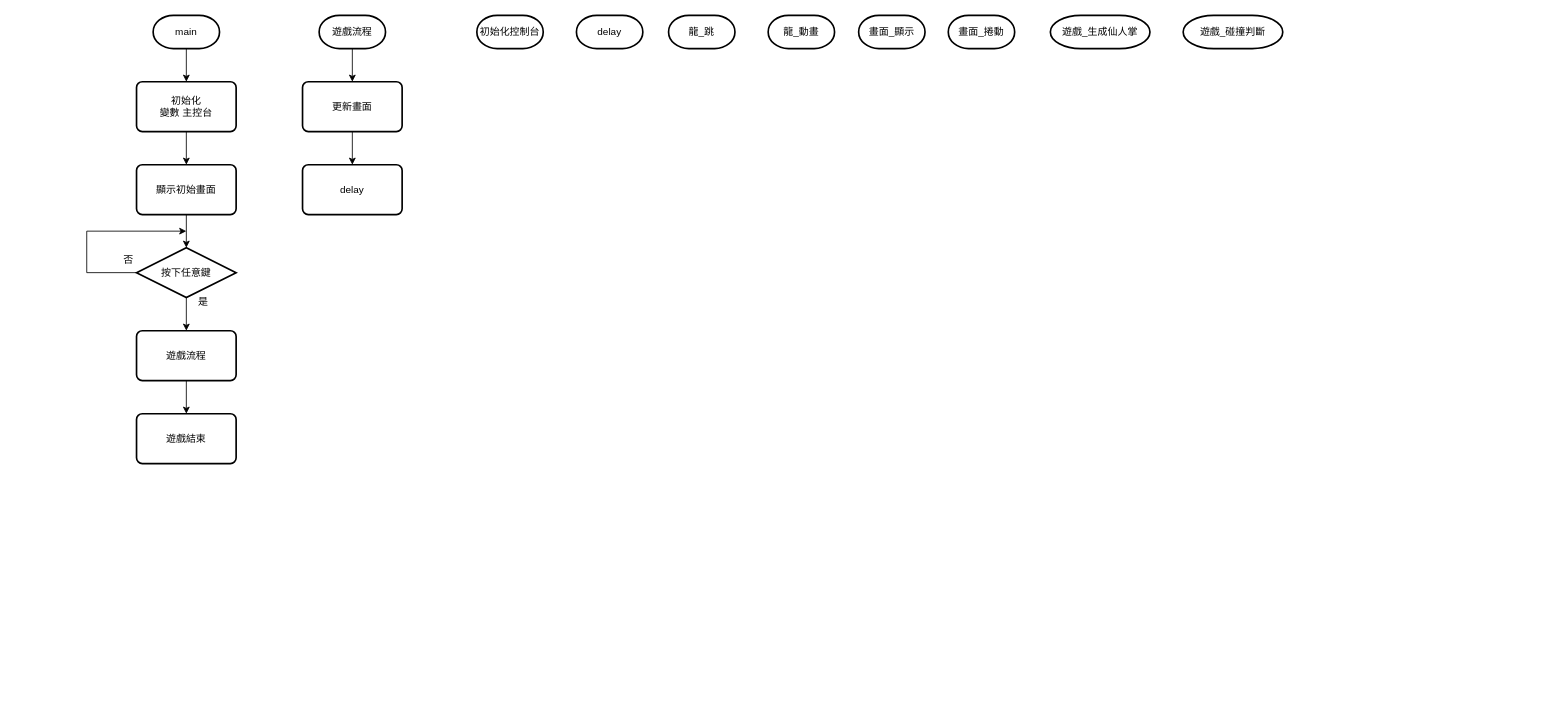
The draw.io diagram 圖/main.drawio in xxaunn/CCProjcet, before the edit. Source tidied: cells renumbered, new cells numbered last; positions are measured from the earlier drawing's top-left corner, leaving out a move shared by most shapes. Both pictures are drawn from the tidied source at 83%, with x=0, y=0 at pixel (86, 15).
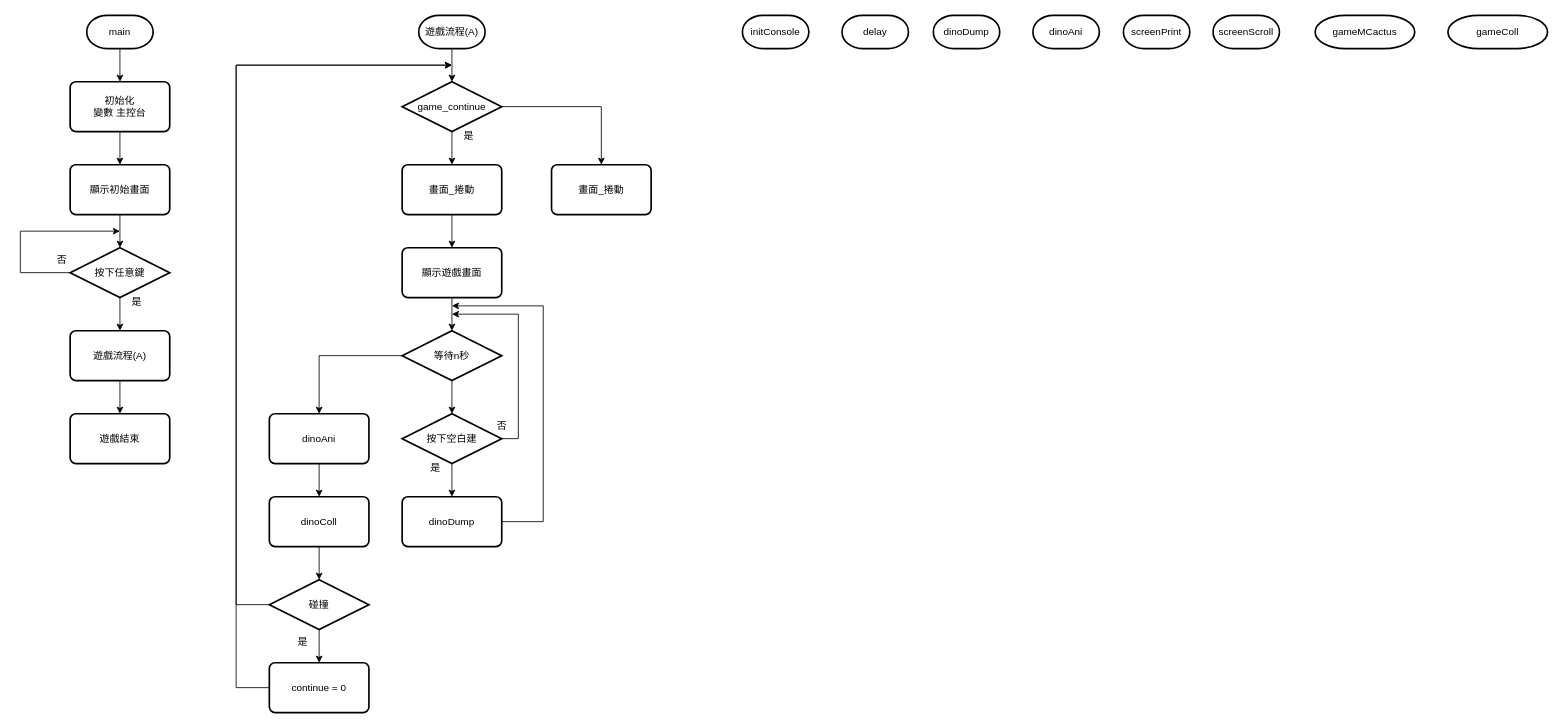
Above is the later version.

Change to the diagram source:
```diff
@@
     <mxCell id="3" value="main" style="strokeWidth=2;html=1;shape=mxgraph.flowchart.terminator;whiteSpace=wrap;" parent="1" vertex="1">
-      <mxGeometry x="80" width="80" height="40" as="geometry" />
+      <mxGeometry width="80" height="40" as="geometry" />
     </mxCell>
     <mxCell id="4" style="edgeStyle=orthogonalEdgeStyle;rounded=0;jettySize=auto;html=1;exitX=0;exitY=0.5;exitDx=0;exitDy=0;exitPerimeter=0;" parent="1" edge="1" source="6">
       <mxGeometry relative="1" as="geometry">
-        <mxPoint x="120" y="260" as="targetPoint" />
+        <mxPoint x="40" y="260" as="targetPoint" />
         <Array as="points">
-          <mxPoint y="310" />
-          <mxPoint y="260" />
+          <mxPoint x="-80" y="310" />
+          <mxPoint x="-80" y="260" />
         </Array>
       </mxGeometry>
     </mxCell>
@@
     <mxCell id="6" value="按下任意鍵" style="strokeWidth=2;html=1;shape=mxgraph.flowchart.decision;whiteSpace=wrap;" parent="1" vertex="1">
-      <mxGeometry x="60" y="280" width="120" height="60" as="geometry" />
+      <mxGeometry x="-20" y="280" width="120" height="60" as="geometry" />
     </mxCell>
@@
     <mxCell id="8" value="初始化&lt;br&gt;變數 主控台" style="rounded=1;whiteSpace=wrap;html=1;absoluteArcSize=1;arcSize=14;strokeWidth=2;" parent="1" vertex="1">
-      <mxGeometry x="60" y="80" width="120" height="60" as="geometry" />
+      <mxGeometry x="-20" y="80" width="120" height="60" as="geometry" />
     </mxCell>
@@
     <mxCell id="10" value="顯示初始畫面" style="rounded=1;whiteSpace=wrap;html=1;absoluteArcSize=1;arcSize=14;strokeWidth=2;" parent="1" vertex="1">
-      <mxGeometry x="60" y="180" width="120" height="60" as="geometry" />
+      <mxGeometry x="-20" y="180" width="120" height="60" as="geometry" />
     </mxCell>
     <mxCell id="11" value="否" style="text;html=1;align=center;verticalAlign=middle;strokeColor=none;fillColor=none;" parent="1" vertex="1">
-      <mxGeometry x="30" y="280" width="40" height="30" as="geometry" />
+      <mxGeometry x="-50" y="280" width="40" height="30" as="geometry" />
     </mxCell>
     <mxCell id="12" value="是" style="text;html=1;align=center;verticalAlign=middle;strokeColor=none;fillColor=none;" parent="1" vertex="1">
-      <mxGeometry x="120" y="330" width="40" height="30" as="geometry" />
+      <mxGeometry x="40" y="330" width="40" height="30" as="geometry" />
     </mxCell>
@@
-    <mxCell id="14" value="遊戲流程" style="rounded=1;whiteSpace=wrap;html=1;absoluteArcSize=1;arcSize=14;strokeWidth=2;" parent="1" vertex="1">
-      <mxGeometry x="60" y="380" width="120" height="60" as="geometry" />
+    <mxCell id="14" value="遊戲流程(A)" style="rounded=1;whiteSpace=wrap;html=1;absoluteArcSize=1;arcSize=14;strokeWidth=2;" parent="1" vertex="1">
+      <mxGeometry x="-20" y="380" width="120" height="60" as="geometry" />
     </mxCell>
     <mxCell id="15" value="遊戲結束" style="rounded=1;whiteSpace=wrap;html=1;absoluteArcSize=1;arcSize=14;strokeWidth=2;" parent="1" vertex="1">
-      <mxGeometry x="60" y="480" width="120" height="60" as="geometry" />
+      <mxGeometry x="-20" y="480" width="120" height="60" as="geometry" />
     </mxCell>
-    <mxCell id="16" style="edgeStyle=orthogonalEdgeStyle;rounded=0;jettySize=auto;html=1;" parent="1" edge="1" source="17" target="19">
-      <mxGeometry relative="1" as="geometry" />
-    </mxCell>
+    <mxCell id="29" style="edgeStyle=orthogonalEdgeStyle;rounded=0;jettySize=auto;html=1;" parent="1" edge="1" source="17" target="36">
+      <mxGeometry relative="1" as="geometry" />
+    </mxCell>
-    <mxCell id="17" value="遊戲流程" style="strokeWidth=2;html=1;shape=mxgraph.flowchart.terminator;whiteSpace=wrap;" parent="1" vertex="1">
-      <mxGeometry x="280" width="80" height="40" as="geometry" />
+    <mxCell id="17" value="遊戲流程(A)" style="strokeWidth=2;html=1;shape=mxgraph.flowchart.terminator;whiteSpace=wrap;" parent="1" vertex="1">
+      <mxGeometry x="400" width="80" height="40" as="geometry" />
     </mxCell>
-    <mxCell id="18" style="edgeStyle=orthogonalEdgeStyle;rounded=0;jettySize=auto;html=1;" parent="1" edge="1" source="19" target="20">
-      <mxGeometry relative="1" as="geometry" />
-    </mxCell>
-    <mxCell id="19" value="更新畫面" style="rounded=1;whiteSpace=wrap;html=1;absoluteArcSize=1;arcSize=14;strokeWidth=2;" parent="1" vertex="1">
-      <mxGeometry x="260" y="80" width="120" height="60" as="geometry" />
-    </mxCell>
-    <mxCell id="20" value="delay" style="rounded=1;whiteSpace=wrap;html=1;absoluteArcSize=1;arcSize=14;strokeWidth=2;" parent="1" vertex="1">
-      <mxGeometry x="260" y="180" width="120" height="60" as="geometry" />
-    </mxCell>
-    <mxCell id="21" value="龍_動畫" style="strokeWidth=2;html=1;shape=mxgraph.flowchart.terminator;whiteSpace=wrap;" parent="1" vertex="1">
-      <mxGeometry x="821" width="80" height="40" as="geometry" />
+    <mxCell id="21" value="dinoAni" style="strokeWidth=2;html=1;shape=mxgraph.flowchart.terminator;whiteSpace=wrap;" parent="1" vertex="1">
+      <mxGeometry x="1140" width="80" height="40" as="geometry" />
     </mxCell>
-    <mxCell id="22" value="畫面_捲動" style="strokeWidth=2;html=1;shape=mxgraph.flowchart.terminator;whiteSpace=wrap;" parent="1" vertex="1">
-      <mxGeometry x="1038" width="80" height="40" as="geometry" />
+    <mxCell id="22" value="screenScroll" style="strokeWidth=2;html=1;shape=mxgraph.flowchart.terminator;whiteSpace=wrap;" parent="1" vertex="1">
+      <mxGeometry x="1357" width="80" height="40" as="geometry" />
     </mxCell>
-    <mxCell id="23" value="遊戲_生成仙人掌" style="strokeWidth=2;html=1;shape=mxgraph.flowchart.terminator;whiteSpace=wrap;" parent="1" vertex="1">
-      <mxGeometry x="1161" width="120" height="40" as="geometry" />
+    <mxCell id="23" value="gameMCactus" style="strokeWidth=2;html=1;shape=mxgraph.flowchart.terminator;whiteSpace=wrap;" parent="1" vertex="1">
+      <mxGeometry x="1480" width="120" height="40" as="geometry" />
     </mxCell>
-    <mxCell id="24" value="遊戲_碰撞判斷" style="strokeWidth=2;html=1;shape=mxgraph.flowchart.terminator;whiteSpace=wrap;" parent="1" vertex="1">
-      <mxGeometry x="1321" width="120" height="40" as="geometry" />
+    <mxCell id="24" value="gameColl" style="strokeWidth=2;html=1;shape=mxgraph.flowchart.terminator;whiteSpace=wrap;" parent="1" vertex="1">
+      <mxGeometry x="1640" width="120" height="40" as="geometry" />
     </mxCell>
-    <mxCell id="25" value="龍_跳" style="strokeWidth=2;html=1;shape=mxgraph.flowchart.terminator;whiteSpace=wrap;" parent="1" vertex="1">
-      <mxGeometry x="701" width="80" height="40" as="geometry" />
+    <mxCell id="25" value="dinoDump" style="strokeWidth=2;html=1;shape=mxgraph.flowchart.terminator;whiteSpace=wrap;" parent="1" vertex="1">
+      <mxGeometry x="1020" width="80" height="40" as="geometry" />
     </mxCell>
-    <mxCell id="26" value="初始化控制台" style="strokeWidth=2;html=1;shape=mxgraph.flowchart.terminator;whiteSpace=wrap;" parent="1" vertex="1">
-      <mxGeometry x="470" width="80" height="40" as="geometry" />
+    <mxCell id="26" value="initConsole" style="strokeWidth=2;html=1;shape=mxgraph.flowchart.terminator;whiteSpace=wrap;" parent="1" vertex="1">
+      <mxGeometry x="790" width="80" height="40" as="geometry" />
     </mxCell>
-    <mxCell id="27" value="畫面_顯示" style="strokeWidth=2;html=1;shape=mxgraph.flowchart.terminator;whiteSpace=wrap;" parent="1" vertex="1">
-      <mxGeometry x="930" width="80" height="40" as="geometry" />
+    <mxCell id="27" value="screenPrint" style="strokeWidth=2;html=1;shape=mxgraph.flowchart.terminator;whiteSpace=wrap;" parent="1" vertex="1">
+      <mxGeometry x="1249" width="80" height="40" as="geometry" />
     </mxCell>
     <mxCell id="28" value="delay" style="strokeWidth=2;html=1;shape=mxgraph.flowchart.terminator;whiteSpace=wrap;" parent="1" vertex="1">
-      <mxGeometry x="590" width="80" height="40" as="geometry" />
+      <mxGeometry x="910" width="80" height="40" as="geometry" />
     </mxCell>
+    <mxCell id="30" style="edgeStyle=orthogonalEdgeStyle;rounded=0;jettySize=auto;html=1;entryX=0.5;entryY=0;entryDx=0;entryDy=0;" parent="1" edge="1" source="31" target="33">
+      <mxGeometry relative="1" as="geometry" />
+    </mxCell>
+    <mxCell id="31" value="畫面_捲動" style="rounded=1;whiteSpace=wrap;html=1;absoluteArcSize=1;arcSize=14;strokeWidth=2;" parent="1" vertex="1">
+      <mxGeometry x="380" y="180" width="120" height="60" as="geometry" />
+    </mxCell>
+    <mxCell id="32" style="edgeStyle=orthogonalEdgeStyle;rounded=0;jettySize=auto;html=1;" parent="1" edge="1" source="33" target="40">
+      <mxGeometry relative="1" as="geometry" />
+    </mxCell>
+    <mxCell id="33" value="顯示遊戲畫面" style="rounded=1;whiteSpace=wrap;html=1;absoluteArcSize=1;arcSize=14;strokeWidth=2;" parent="1" vertex="1">
+      <mxGeometry x="380" y="280" width="120" height="60" as="geometry" />
+    </mxCell>
+    <mxCell id="34" style="edgeStyle=orthogonalEdgeStyle;rounded=0;jettySize=auto;html=1;entryX=0.5;entryY=0;entryDx=0;entryDy=0;" parent="1" edge="1" source="36" target="31">
+      <mxGeometry relative="1" as="geometry" />
+    </mxCell>
+    <mxCell id="35" style="edgeStyle=orthogonalEdgeStyle;rounded=0;jettySize=auto;html=1;entryX=0.5;entryY=0;entryDx=0;entryDy=0;" parent="1" edge="1" source="36" target="58">
+      <mxGeometry relative="1" as="geometry" />
+    </mxCell>
+    <mxCell id="36" value="game_continue" style="strokeWidth=2;html=1;shape=mxgraph.flowchart.decision;whiteSpace=wrap;" parent="1" vertex="1">
+      <mxGeometry x="380" y="80" width="120" height="60" as="geometry" />
+    </mxCell>
+    <mxCell id="37" value="是" style="text;html=1;align=center;verticalAlign=middle;strokeColor=none;fillColor=none;" parent="1" vertex="1">
+      <mxGeometry x="440" y="130" width="40" height="30" as="geometry" />
+    </mxCell>
+    <mxCell id="38" style="edgeStyle=orthogonalEdgeStyle;rounded=0;jettySize=auto;html=1;entryX=0.5;entryY=0;entryDx=0;entryDy=0;entryPerimeter=0;" parent="1" edge="1" source="40" target="43">
+      <mxGeometry relative="1" as="geometry" />
+    </mxCell>
+    <mxCell id="39" style="edgeStyle=orthogonalEdgeStyle;rounded=0;jettySize=auto;html=1;entryX=0.5;entryY=0;entryDx=0;entryDy=0;" parent="1" edge="1" source="40" target="57">
+      <mxGeometry relative="1" as="geometry" />
+    </mxCell>
+    <mxCell id="40" value="等待n秒" style="strokeWidth=2;html=1;shape=mxgraph.flowchart.decision;whiteSpace=wrap;" parent="1" vertex="1">
+      <mxGeometry x="380" y="380" width="120" height="60" as="geometry" />
+    </mxCell>
+    <mxCell id="41" style="edgeStyle=orthogonalEdgeStyle;rounded=0;jettySize=auto;html=1;exitX=1;exitY=0.5;exitDx=0;exitDy=0;exitPerimeter=0;" parent="1" edge="1" source="43">
+      <mxGeometry relative="1" as="geometry">
+        <mxPoint x="440" y="360" as="targetPoint" />
+        <Array as="points">
+          <mxPoint x="520" y="510" />
+          <mxPoint x="520" y="360" />
+        </Array>
+      </mxGeometry>
+    </mxCell>
+    <mxCell id="42" style="edgeStyle=orthogonalEdgeStyle;rounded=0;jettySize=auto;html=1;" parent="1" edge="1" source="43" target="46">
+      <mxGeometry relative="1" as="geometry" />
+    </mxCell>
+    <mxCell id="43" value="按下空白建" style="strokeWidth=2;html=1;shape=mxgraph.flowchart.decision;whiteSpace=wrap;" parent="1" vertex="1">
+      <mxGeometry x="380" y="480" width="120" height="60" as="geometry" />
+    </mxCell>
+    <mxCell id="44" value="否" style="text;html=1;align=center;verticalAlign=middle;strokeColor=none;fillColor=none;" parent="1" vertex="1">
+      <mxGeometry x="480" y="480" width="40" height="30" as="geometry" />
+    </mxCell>
+    <mxCell id="45" style="edgeStyle=orthogonalEdgeStyle;rounded=0;jettySize=auto;html=1;" parent="1" edge="1" source="46">
+      <mxGeometry relative="1" as="geometry">
+        <mxPoint x="440" y="350" as="targetPoint" />
+        <Array as="points">
+          <mxPoint x="550" y="610" />
+          <mxPoint x="550" y="350" />
+        </Array>
+      </mxGeometry>
+    </mxCell>
+    <mxCell id="46" value="dinoDump" style="rounded=1;whiteSpace=wrap;html=1;absoluteArcSize=1;arcSize=14;strokeWidth=2;" parent="1" vertex="1">
+      <mxGeometry x="380" y="580" width="120" height="60" as="geometry" />
+    </mxCell>
+    <mxCell id="47" style="edgeStyle=orthogonalEdgeStyle;rounded=0;jettySize=auto;html=1;" parent="1" edge="1" source="48" target="51">
+      <mxGeometry relative="1" as="geometry" />
+    </mxCell>
+    <mxCell id="48" value="dinoColl" style="rounded=1;whiteSpace=wrap;html=1;absoluteArcSize=1;arcSize=14;strokeWidth=2;" parent="1" vertex="1">
+      <mxGeometry x="220" y="580" width="120" height="60" as="geometry" />
+    </mxCell>
+    <mxCell id="49" style="edgeStyle=orthogonalEdgeStyle;rounded=0;jettySize=auto;html=1;entryX=0.5;entryY=0;entryDx=0;entryDy=0;" parent="1" edge="1" source="51" target="53">
+      <mxGeometry relative="1" as="geometry" />
+    </mxCell>
+    <mxCell id="50" style="edgeStyle=orthogonalEdgeStyle;rounded=0;jettySize=auto;html=1;" parent="1" edge="1" source="51">
+      <mxGeometry relative="1" as="geometry">
+        <mxPoint x="440" y="60" as="targetPoint" />
+        <Array as="points">
+          <mxPoint x="180" y="710" />
+          <mxPoint x="180" y="60" />
+        </Array>
+      </mxGeometry>
+    </mxCell>
+    <mxCell id="51" value="碰撞" style="strokeWidth=2;html=1;shape=mxgraph.flowchart.decision;whiteSpace=wrap;" parent="1" vertex="1">
+      <mxGeometry x="220" y="680" width="120" height="60" as="geometry" />
+    </mxCell>
+    <mxCell id="52" style="edgeStyle=orthogonalEdgeStyle;rounded=0;jettySize=auto;html=1;" parent="1" edge="1" source="53">
+      <mxGeometry relative="1" as="geometry">
+        <mxPoint x="440" y="60" as="targetPoint" />
+        <Array as="points">
+          <mxPoint x="180" y="810" />
+          <mxPoint x="180" y="60" />
+        </Array>
+      </mxGeometry>
+    </mxCell>
+    <mxCell id="53" value="continue = 0" style="rounded=1;whiteSpace=wrap;html=1;absoluteArcSize=1;arcSize=14;strokeWidth=2;" parent="1" vertex="1">
+      <mxGeometry x="220" y="780" width="120" height="60" as="geometry" />
+    </mxCell>
+    <mxCell id="54" value="是" style="text;html=1;align=center;verticalAlign=middle;strokeColor=none;fillColor=none;" parent="1" vertex="1">
+      <mxGeometry x="400" y="530" width="40" height="30" as="geometry" />
+    </mxCell>
+    <mxCell id="55" value="是" style="text;html=1;align=center;verticalAlign=middle;strokeColor=none;fillColor=none;" parent="1" vertex="1">
+      <mxGeometry x="240" y="740" width="40" height="30" as="geometry" />
+    </mxCell>
+    <mxCell id="56" style="edgeStyle=orthogonalEdgeStyle;rounded=0;jettySize=auto;html=1;" parent="1" edge="1" source="57" target="48">
+      <mxGeometry relative="1" as="geometry" />
+    </mxCell>
+    <mxCell id="57" value="dinoAni" style="rounded=1;whiteSpace=wrap;html=1;absoluteArcSize=1;arcSize=14;strokeWidth=2;" parent="1" vertex="1">
+      <mxGeometry x="220" y="480" width="120" height="60" as="geometry" />
+    </mxCell>
+    <mxCell id="58" value="畫面_捲動" style="rounded=1;whiteSpace=wrap;html=1;absoluteArcSize=1;arcSize=14;strokeWidth=2;" parent="1" vertex="1">
+      <mxGeometry x="560" y="180" width="120" height="60" as="geometry" />
+    </mxCell>
```
